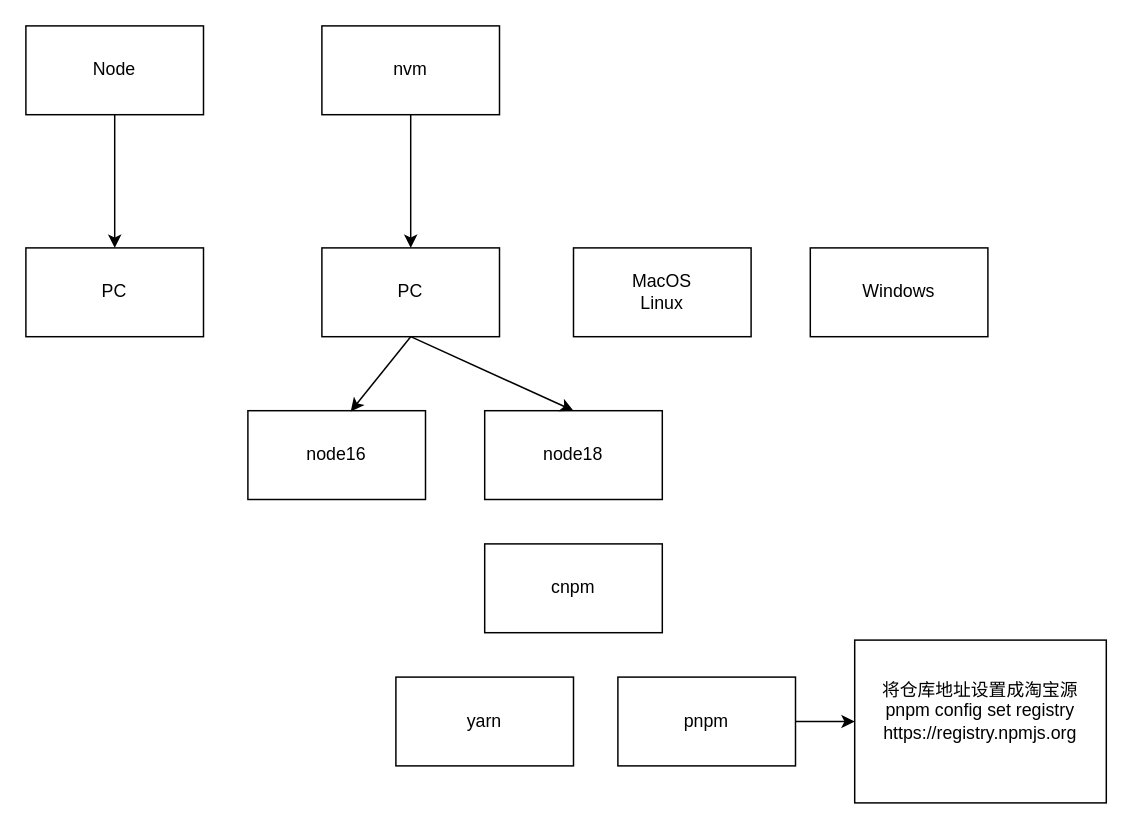
This is 前端工程师环境搭建.drawio from youtubhexo/Visual-Plans, a draw.io file, before an edit. Source tidied: cells renumbered, new cells numbered last; positions are measured from the earlier drawing's top-left corner, leaving out a move shared by most shapes. Both pictures are drawn from the tidied source at 148%, with x=0, y=0 at pixel (25, 25).
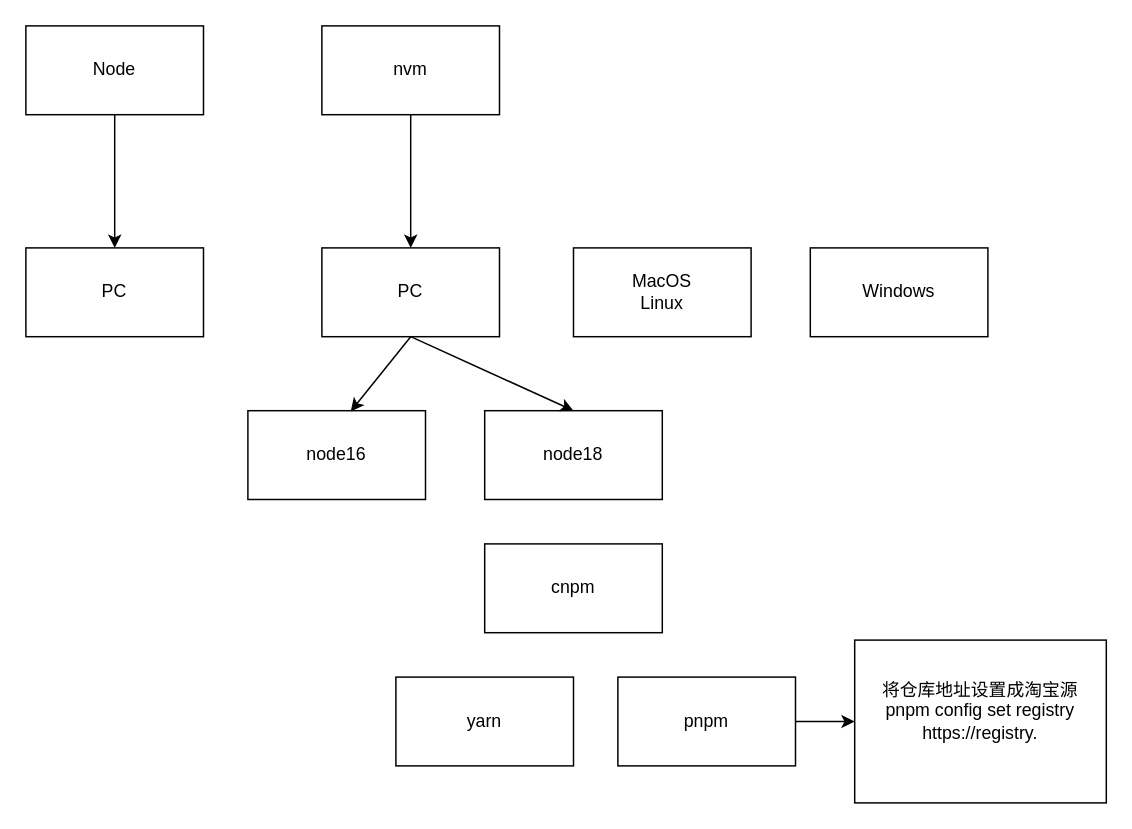
Above is the later version.

Commit message (it also covers changes not shown here):
更新前端工程师环境搭建.drawio

Diff of the diagram source:
```diff
@@
-    <mxCell id="18" value="将仓库地址设置成淘宝源&lt;br&gt;&lt;div&gt;pnpm config set registry https://registry.npmjs.org&lt;/div&gt;&lt;div&gt;&lt;br&gt;&lt;/div&gt;" style="rounded=0;whiteSpace=wrap;html=1;" parent="1" vertex="1">
+    <mxCell id="18" value="将仓库地址设置成淘宝源&lt;br&gt;&lt;div&gt;pnpm config set registry https://registry.&lt;/div&gt;&lt;div&gt;&lt;br&gt;&lt;/div&gt;" style="rounded=0;whiteSpace=wrap;html=1;" parent="1" vertex="1">
       <mxGeometry x="560" y="415" width="170" height="110" as="geometry" />
     </mxCell>
```
